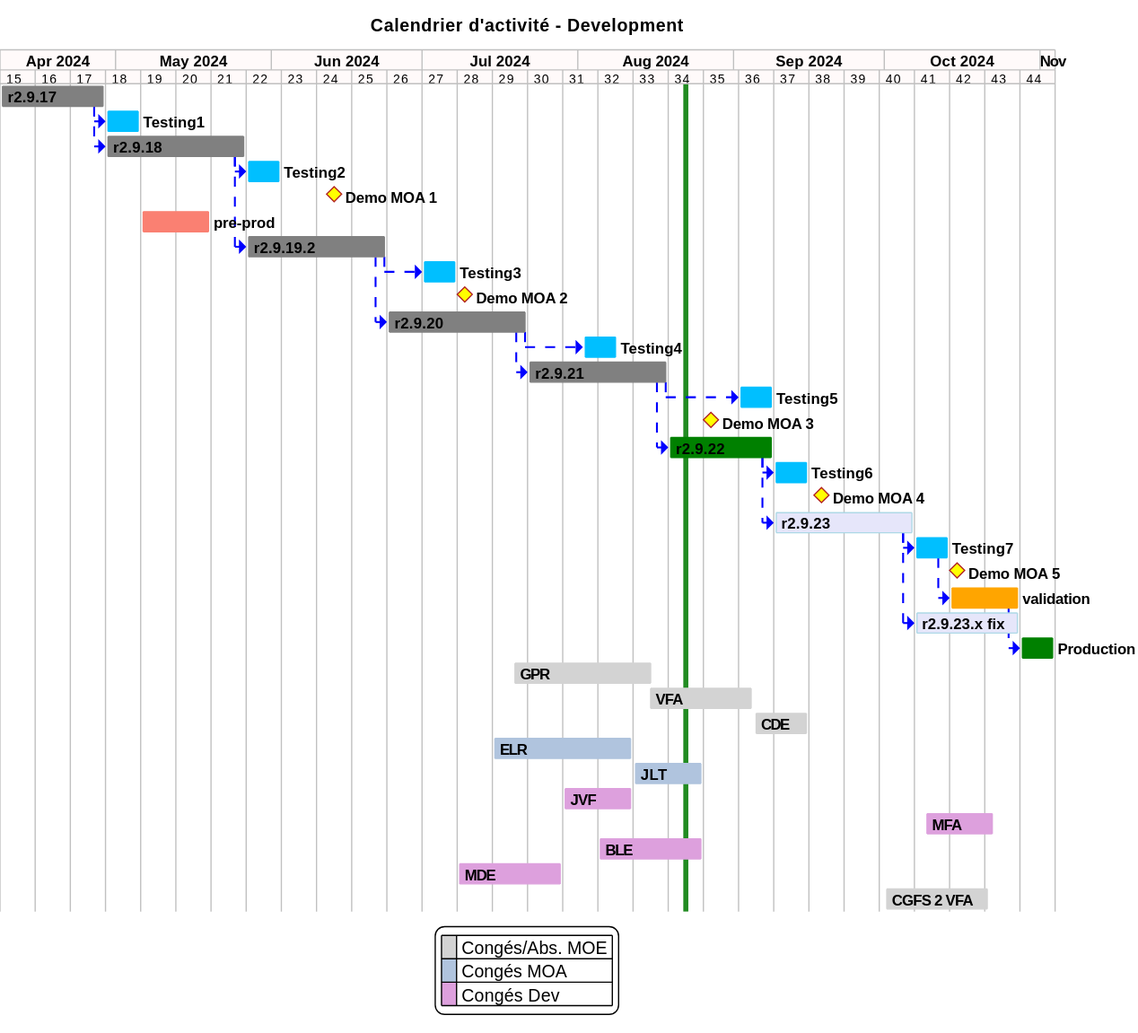
Above: projects/activity-calendar/not/images/refonte-activity-calendar-planning-sprints.svg in sumaris-net/sumaris-doc (PlantUML), before the change.
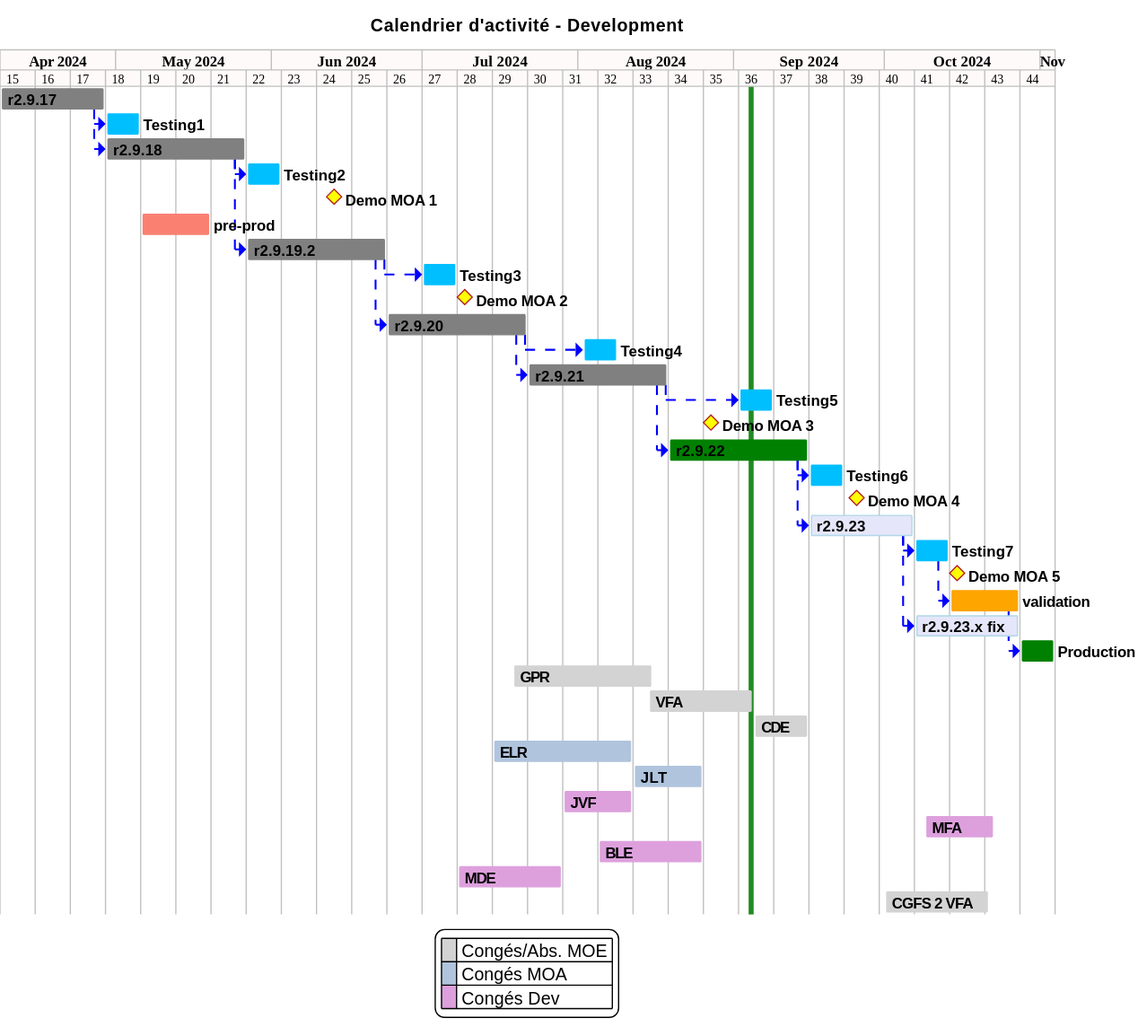
Later version of the same file.

Change to the diagram source:
```diff
@@ -109,14 +109,14 @@
 [TASK5]->[Testing5]
 [Demo MOA 3] happens 27th of August 2024
 
-[r2.9.22] as [TASK6] requires 3 weeks and starts the 5th of August 2024
+[r2.9.22] as [TASK6] requires 4 weeks and starts the 5th of August 2024
 [TASK6] is colored in green
 [TASK5]->[TASK6]
 [Testing6] requires 1 week
 [TASK6]->[Testing6]
 [Demo MOA 4] happens 3 day after [Testing6]'s end
 
-[r2.9.23] as [TASK7] requires 4 weeks and starts the 2th of September 2024
+[r2.9.23] as [TASK7] requires 3 weeks and starts the 2th of September 2024
 [TASK7] is colored in Lavender/LightBlue
 [TASK6]->[TASK7]
 [TASK7]->[Testing7]
```
